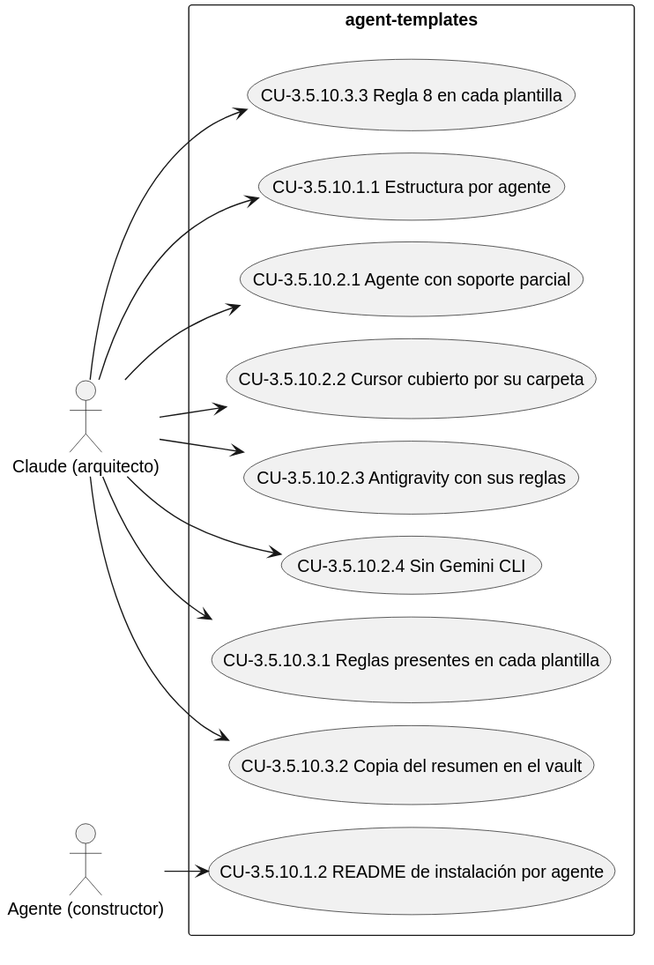
This is docs/diagramas/CAP-3.5.10.svg from Lautaro-Montecchiani/sdd-global-config, a PlantUML export, as it was before one commit.
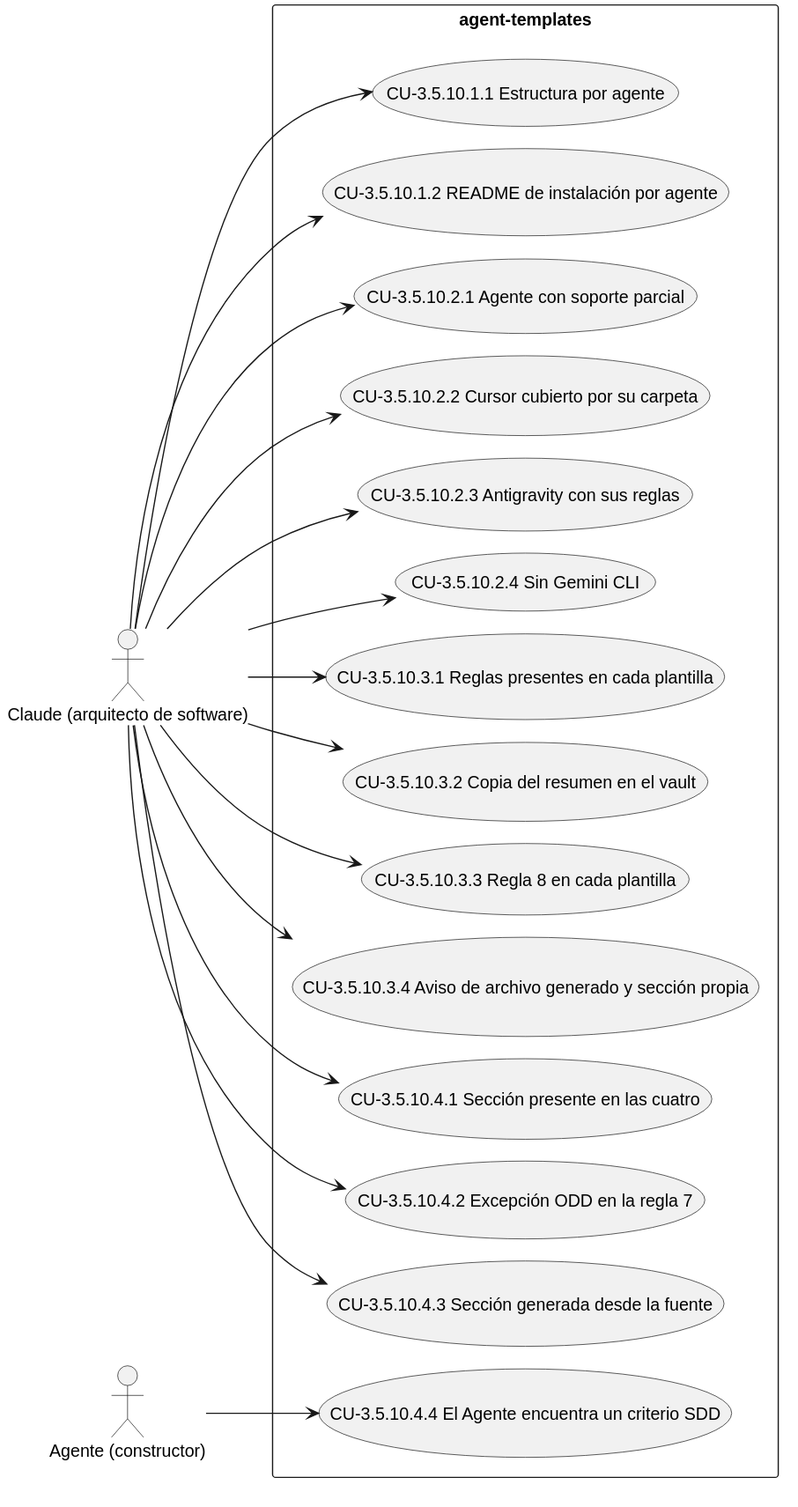
After the commit.

What changed in the source:
```diff
@@ -1,7 +1,7 @@
 @startuml
 !pragma layout smetana
 left to right direction
-actor "Claude (arquitecto)" as A1
+actor "Claude (arquitecto de software)" as A1
 actor "Agente (constructor)" as A2
 rectangle "agent-templates" {
   usecase "CU-3.5.10.1.1 Estructura por agente" as UC_3_5_10_1_1
@@ -13,9 +13,14 @@
   usecase "CU-3.5.10.3.1 Reglas presentes en cada plantilla" as UC_3_5_10_3_1
   usecase "CU-3.5.10.3.2 Copia del resumen en el vault" as UC_3_5_10_3_2
   usecase "CU-3.5.10.3.3 Regla 8 en cada plantilla" as UC_3_5_10_3_3
+  usecase "CU-3.5.10.3.4 Aviso de archivo generado y sección propia" as UC_3_5_10_3_4
+  usecase "CU-3.5.10.4.1 Sección presente en las cuatro" as UC_3_5_10_4_1
+  usecase "CU-3.5.10.4.2 Excepción ODD en la regla 7" as UC_3_5_10_4_2
+  usecase "CU-3.5.10.4.3 Sección generada desde la fuente" as UC_3_5_10_4_3
+  usecase "CU-3.5.10.4.4 El Agente encuentra un criterio SDD" as UC_3_5_10_4_4
 }
 A1 --> UC_3_5_10_1_1
-A2 --> UC_3_5_10_1_2
+A1 --> UC_3_5_10_1_2
 A1 --> UC_3_5_10_2_1
 A1 --> UC_3_5_10_2_2
 A1 --> UC_3_5_10_2_3
@@ -23,4 +28,9 @@
 A1 --> UC_3_5_10_3_1
 A1 --> UC_3_5_10_3_2
 A1 --> UC_3_5_10_3_3
+A1 --> UC_3_5_10_3_4
+A1 --> UC_3_5_10_4_1
+A1 --> UC_3_5_10_4_2
+A1 --> UC_3_5_10_4_3
+A2 --> UC_3_5_10_4_4
 @enduml
```
